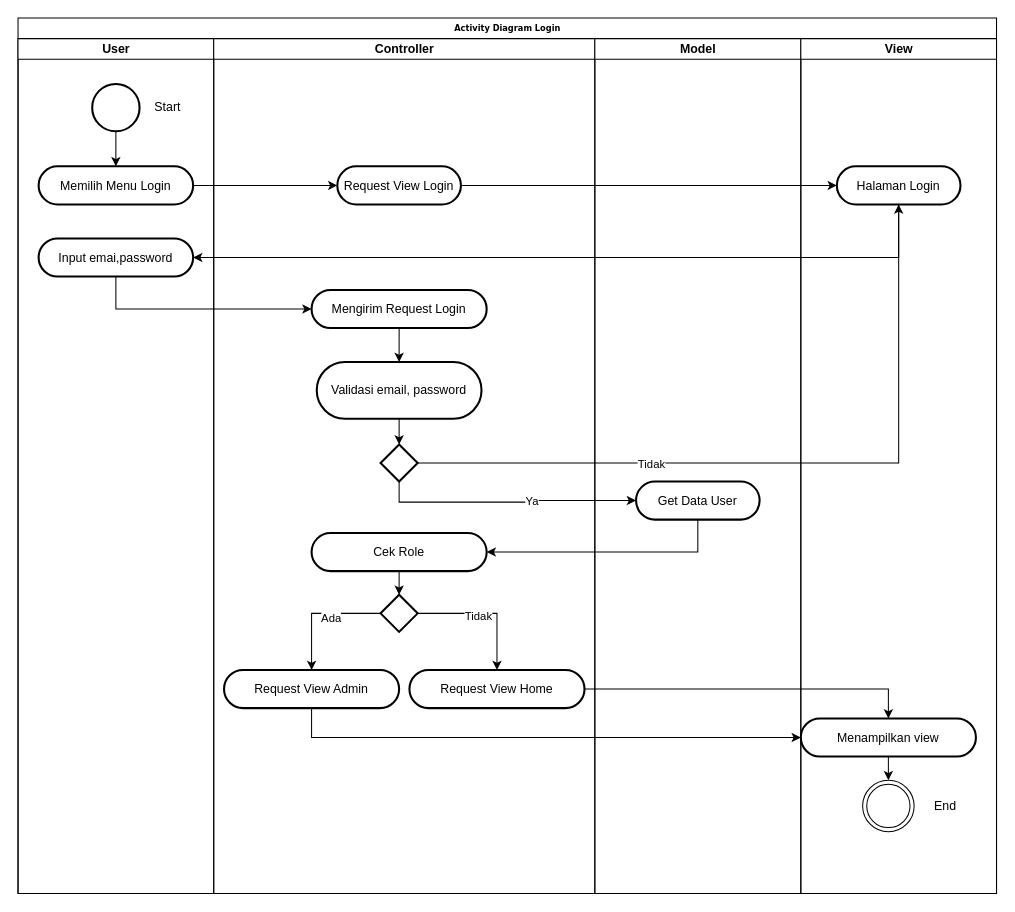
Before: aktivity Diagram Login.drawio in ThikerXCX/umltoko, a draw.io diagram. Source tidied: cells renumbered, new cells numbered last; positions are measured from the earlier drawing's top-left corner, leaving out a move shared by most shapes. Both pictures are drawn from the tidied source at 103%, with x=0, y=0 at pixel (18, 18).
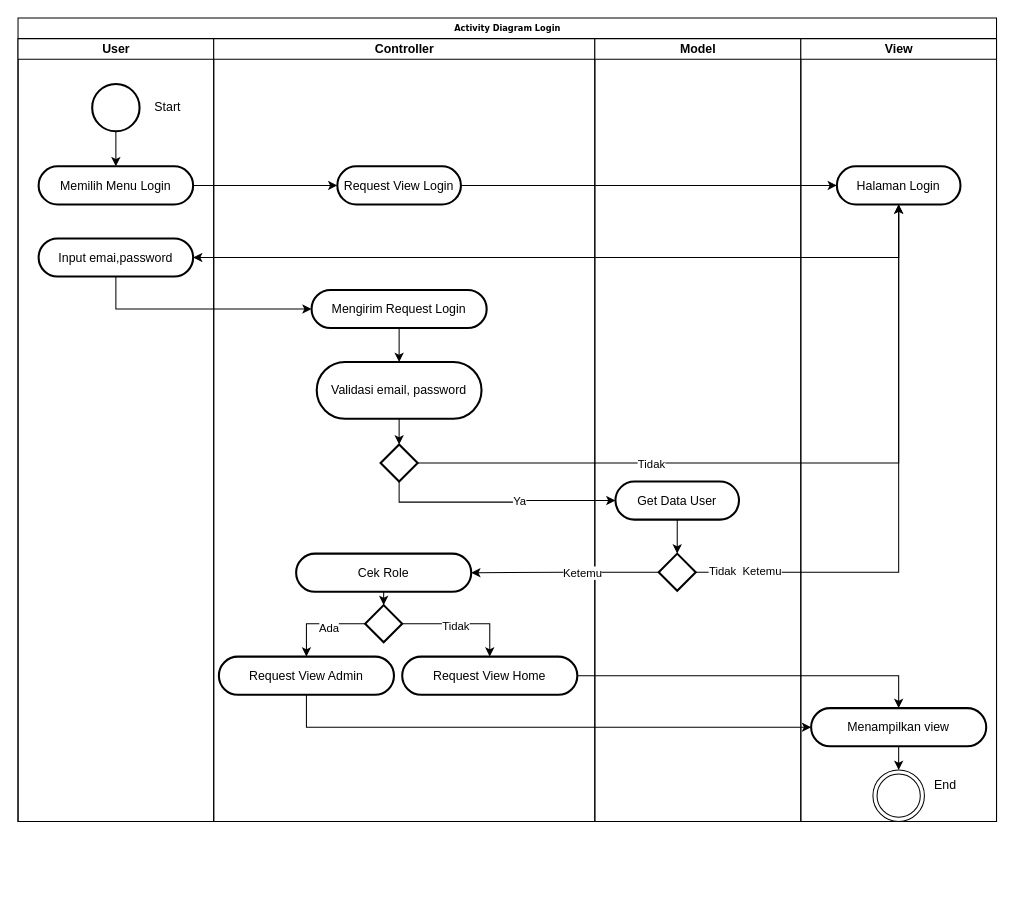
The same page after the edit.

Unchanged cells that the change refers to:
```xml
<mxCell id="29" value="Halaman Login" style="rounded=1;whiteSpace=wrap;html=1;strokeWidth=2;fillStyle=solid;arcSize=50;" parent="28" vertex="1">
  <mxGeometry x="35" y="124" width="120" height="37" as="geometry" />
</mxCell>
```

The edit, as a diff of the source:
```diff
@@
     <mxCell id="2" value="Activity Diagram Login" style="swimlane;html=1;startSize=20;rounded=0;shadow=0;labelBackgroundColor=none;strokeWidth=1;fontFamily=Verdana;fontSize=8;align=center;" parent="1" vertex="1">
-      <mxGeometry width="950" height="850" as="geometry" />
+      <mxGeometry width="950" height="780" as="geometry" />
     </mxCell>
     <mxCell id="3" value="User" style="swimlane;html=1;startSize=20;" parent="2" vertex="1">
-      <mxGeometry y="20" width="190" height="830" as="geometry" />
+      <mxGeometry y="20" width="190" height="760" as="geometry" />
     </mxCell>
@@
     <mxCell id="9" value="Controller" style="swimlane;html=1;startSize=20;" parent="2" vertex="1">
-      <mxGeometry x="190" y="20" width="370" height="830" as="geometry" />
+      <mxGeometry x="190" y="20" width="370" height="760" as="geometry" />
     </mxCell>
@@
     <mxCell id="17" value="Cek Role" style="rounded=1;whiteSpace=wrap;html=1;strokeWidth=2;fillStyle=solid;arcSize=50;" parent="9" vertex="1">
-      <mxGeometry x="95" y="480" width="170" height="37" as="geometry" />
+      <mxGeometry x="80" y="500" width="170" height="37" as="geometry" />
     </mxCell>
     <mxCell id="18" value="Request View Admin" style="rounded=1;whiteSpace=wrap;html=1;strokeWidth=2;fillStyle=solid;arcSize=50;" parent="9" vertex="1">
-      <mxGeometry x="10" y="613" width="170" height="37" as="geometry" />
+      <mxGeometry x="5" y="600" width="170" height="37" as="geometry" />
     </mxCell>
@@
     <mxCell id="24" style="strokeWidth=2;html=1;shape=mxgraph.flowchart.decision;whiteSpace=wrap;" parent="9" vertex="1">
-      <mxGeometry x="162" y="540" width="36" height="36" as="geometry" />
+      <mxGeometry x="147" y="550" width="36" height="36" as="geometry" />
     </mxCell>
     <mxCell id="25" value="Request View Home" style="rounded=1;whiteSpace=wrap;html=1;strokeWidth=2;fillStyle=solid;arcSize=50;" parent="9" vertex="1">
-      <mxGeometry x="190" y="613" width="170" height="37" as="geometry" />
+      <mxGeometry x="183" y="600" width="170" height="37" as="geometry" />
     </mxCell>
     <mxCell id="26" value="Model" style="swimlane;html=1;startSize=20;" parent="2" vertex="1">
-      <mxGeometry x="560" y="20" width="200" height="830" as="geometry" />
+      <mxGeometry x="560" y="20" width="200" height="760" as="geometry" />
     </mxCell>
+    <mxCell id="45" style="edgeStyle=orthogonalEdgeStyle;rounded=0;jettySize=auto;html=1;entryX=0.5;entryY=0;entryDx=0;entryDy=0;entryPerimeter=0;" parent="26" edge="1" source="27" target="46">
+      <mxGeometry relative="1" as="geometry" />
+    </mxCell>
     <mxCell id="27" value="Get Data User" style="rounded=1;whiteSpace=wrap;html=1;strokeWidth=2;fillStyle=solid;arcSize=50;" parent="26" vertex="1">
-      <mxGeometry x="40" y="430" width="120" height="37" as="geometry" />
+      <mxGeometry x="20" y="430" width="120" height="37" as="geometry" />
     </mxCell>
+    <mxCell id="46" style="strokeWidth=2;html=1;shape=mxgraph.flowchart.decision;whiteSpace=wrap;" parent="26" vertex="1">
+      <mxGeometry x="62" y="500" width="36" height="36" as="geometry" />
+    </mxCell>
     <mxCell id="28" value="View" style="swimlane;html=1;startSize=20;" parent="2" vertex="1">
-      <mxGeometry x="760" y="20" width="190" height="830" as="geometry" />
+      <mxGeometry x="760" y="20" width="190" height="760" as="geometry" />
     </mxCell>
@@
     <mxCell id="31" value="Menampilkan view" style="rounded=1;whiteSpace=wrap;html=1;strokeWidth=2;fillStyle=solid;arcSize=50;" parent="28" vertex="1">
-      <mxGeometry y="660" width="170" height="37" as="geometry" />
+      <mxGeometry x="10" y="650" width="170" height="37" as="geometry" />
     </mxCell>
     <mxCell id="32" style="ellipse;shape=doubleEllipse;whiteSpace=wrap;html=1;" parent="28" vertex="1">
-      <mxGeometry x="60" y="720" width="50" height="50" as="geometry" />
+      <mxGeometry x="70" y="710" width="50" height="50" as="geometry" />
     </mxCell>
     <mxCell id="33" value="End" style="text;html=1;align=center;verticalAlign=middle;strokeColor=none;fillColor=none;" parent="28" vertex="1">
-      <mxGeometry x="120" y="730" width="40" height="30" as="geometry" />
+      <mxGeometry x="120" y="710" width="40" height="30" as="geometry" />
     </mxCell>
@@
-    <mxCell id="41" style="edgeStyle=orthogonalEdgeStyle;rounded=0;jettySize=auto;html=1;entryX=1;entryY=0.5;entryDx=0;entryDy=0;exitX=0.5;exitY=1;exitDx=0;exitDy=0;" parent="2" edge="1" source="27" target="17">
-      <mxGeometry relative="1" as="geometry" />
-    </mxCell>
@@
+    <mxCell id="47" style="edgeStyle=orthogonalEdgeStyle;rounded=0;jettySize=auto;html=1;entryX=0.5;entryY=1;entryDx=0;entryDy=0;" parent="2" edge="1" source="46" target="29">
+      <mxGeometry relative="1" as="geometry" />
+    </mxCell>
+    <mxCell id="48" value="Tidak&amp;nbsp; Ketemu" style="edgeLabel;html=1;align=center;verticalAlign=middle;" parent="47" vertex="1">
+      <mxGeometry x="-0.83" y="2" relative="1" as="geometry" />
+    </mxCell>
+    <mxCell id="49" style="edgeStyle=orthogonalEdgeStyle;rounded=0;jettySize=auto;html=1;entryX=1;entryY=0.5;entryDx=0;entryDy=0;" parent="2" edge="1" source="46" target="17">
+      <mxGeometry relative="1" as="geometry" />
+    </mxCell>
+    <mxCell id="50" value="Ketemu" style="edgeLabel;html=1;align=center;verticalAlign=middle;" parent="49" vertex="1">
+      <mxGeometry x="-0.18" relative="1" as="geometry" />
+    </mxCell>
```
